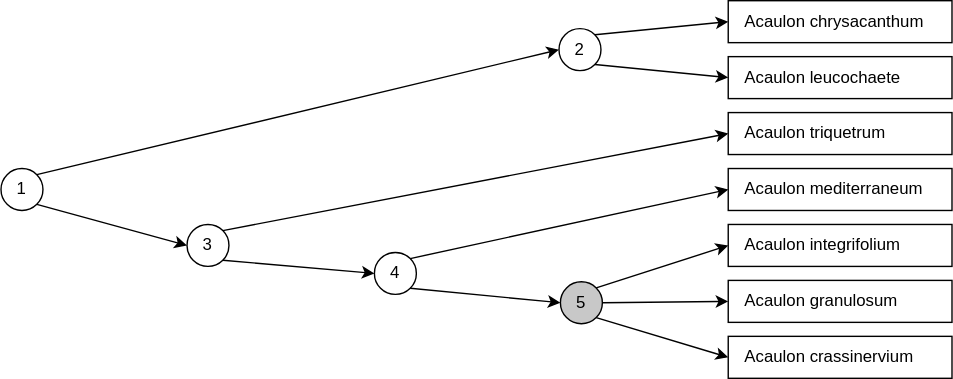
Above: docs/media/decision-tree-polytomy.drawio.svg in rbgvictoria/keybase_model (draw.io), before the change. Source tidied: cells renumbered, new cells last; positions are measured from the earlier drawing's top-left corner, leaving out a move shared by most shapes.
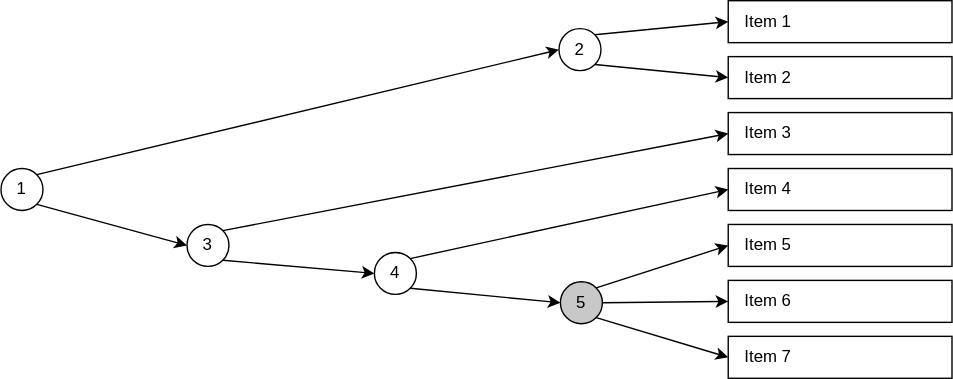
After the change.

The edit, as a diff of the source:
```diff
@@ -5,22 +5,22 @@
     <mxCell id="2" value="1" style="ellipse;whiteSpace=wrap;html=1;" parent="1" vertex="1">
       <mxGeometry y="120" width="30" height="30" as="geometry" />
     </mxCell>
-    <mxCell id="3" value="Acaulon chrysacanthum" style="rounded=0;whiteSpace=wrap;html=1;align=left;spacingLeft=10;strokeColor=default;fillColor=none;" parent="1" vertex="1">
+    <mxCell id="3" value="Item 1" style="rounded=0;whiteSpace=wrap;html=1;align=left;spacingLeft=10;strokeColor=default;fillColor=none;" parent="1" vertex="1">
       <mxGeometry x="520" width="160" height="30" as="geometry" />
     </mxCell>
-    <mxCell id="4" value="Acaulon leucochaete" style="rounded=0;whiteSpace=wrap;html=1;align=left;spacingLeft=10;strokeColor=default;fillColor=none;" parent="1" vertex="1">
+    <mxCell id="4" value="Item 2" style="rounded=0;whiteSpace=wrap;html=1;align=left;spacingLeft=10;strokeColor=default;fillColor=none;" parent="1" vertex="1">
       <mxGeometry x="520" y="40" width="160" height="30" as="geometry" />
     </mxCell>
-    <mxCell id="5" value="Acaulon triquetrum" style="rounded=0;whiteSpace=wrap;html=1;align=left;spacingLeft=10;strokeColor=default;fillColor=none;" parent="1" vertex="1">
+    <mxCell id="5" value="Item 3" style="rounded=0;whiteSpace=wrap;html=1;align=left;spacingLeft=10;strokeColor=default;fillColor=none;" parent="1" vertex="1">
       <mxGeometry x="520" y="80" width="160" height="30" as="geometry" />
     </mxCell>
-    <mxCell id="6" value="Acaulon mediterraneum" style="rounded=0;whiteSpace=wrap;html=1;align=left;spacingLeft=10;strokeColor=default;fillColor=none;" parent="1" vertex="1">
+    <mxCell id="6" value="Item 4" style="rounded=0;whiteSpace=wrap;html=1;align=left;spacingLeft=10;strokeColor=default;fillColor=none;" parent="1" vertex="1">
       <mxGeometry x="520" y="120" width="160" height="30" as="geometry" />
     </mxCell>
-    <mxCell id="7" value="Acaulon integrifolium" style="rounded=0;whiteSpace=wrap;html=1;align=left;spacingLeft=10;strokeColor=default;fillColor=none;" parent="1" vertex="1">
+    <mxCell id="7" value="Item 5" style="rounded=0;whiteSpace=wrap;html=1;align=left;spacingLeft=10;strokeColor=default;fillColor=none;" parent="1" vertex="1">
       <mxGeometry x="520" y="160" width="160" height="30" as="geometry" />
     </mxCell>
-    <mxCell id="8" value="Acaulon granulosum" style="rounded=0;whiteSpace=wrap;html=1;align=left;spacingLeft=10;strokeColor=default;fillColor=none;" parent="1" vertex="1">
+    <mxCell id="8" value="Item 6" style="rounded=0;whiteSpace=wrap;html=1;align=left;spacingLeft=10;strokeColor=default;fillColor=none;" parent="1" vertex="1">
       <mxGeometry x="520" y="200" width="160" height="30" as="geometry" />
     </mxCell>
     <mxCell id="9" value="2" style="ellipse;whiteSpace=wrap;html=1;" parent="1" vertex="1">
@@ -65,7 +65,7 @@
     <mxCell id="22" style="endArrow=classic;html=1;rounded=0;exitX=1;exitY=0.5;exitDx=0;exitDy=0;entryX=0;entryY=0.5;entryDx=0;entryDy=0;" parent="1" edge="1" source="12" target="8">
       <mxGeometry relative="1" as="geometry" />
     </mxCell>
-    <mxCell id="23" value="Acaulon crassinervium" style="rounded=0;whiteSpace=wrap;html=1;align=left;spacingLeft=10;strokeColor=default;fillColor=none;" parent="1" vertex="1">
+    <mxCell id="23" value="Item 7" style="rounded=0;whiteSpace=wrap;html=1;align=left;spacingLeft=10;strokeColor=default;fillColor=none;" parent="1" vertex="1">
       <mxGeometry x="520" y="240" width="160" height="30" as="geometry" />
     </mxCell>
     <mxCell id="24" style="endArrow=classic;html=1;rounded=0;exitX=1;exitY=1;exitDx=0;exitDy=0;entryX=0;entryY=0.5;entryDx=0;entryDy=0;" parent="1" edge="1" source="12" target="23">
```
